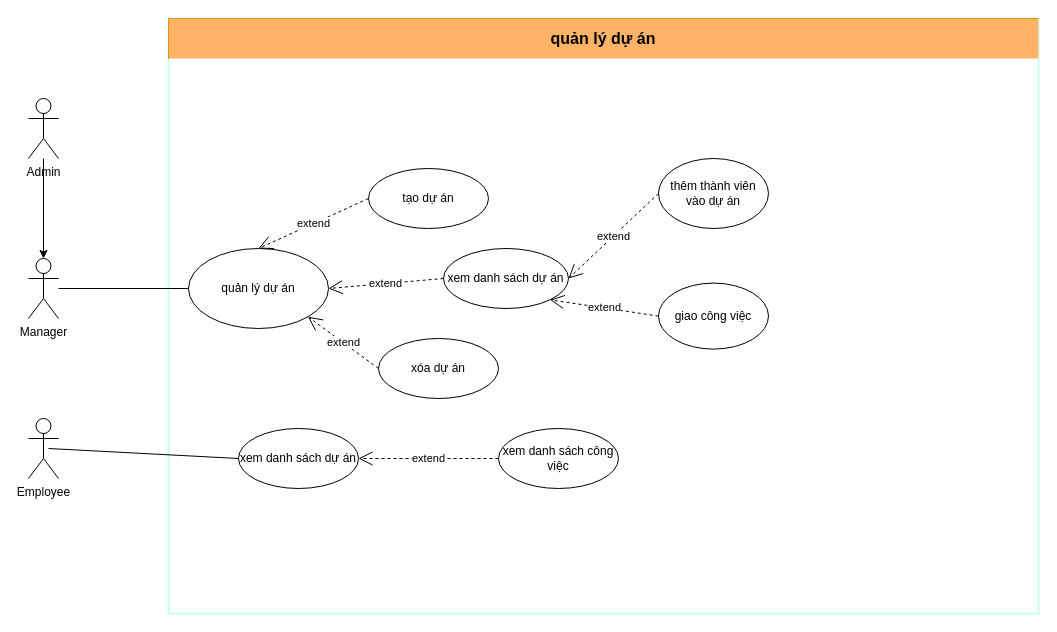
Above: QuanLyDuAn.drawio in hoangda24312/Group4-DesigningSystem (draw.io), before the change. Source tidied: cells renumbered, new cells numbered last; positions are measured from the earlier drawing's top-left corner, leaving out a move shared by most shapes. Both pictures are drawn from the tidied source at 100%, with x=0, y=0 at pixel (28, 18).
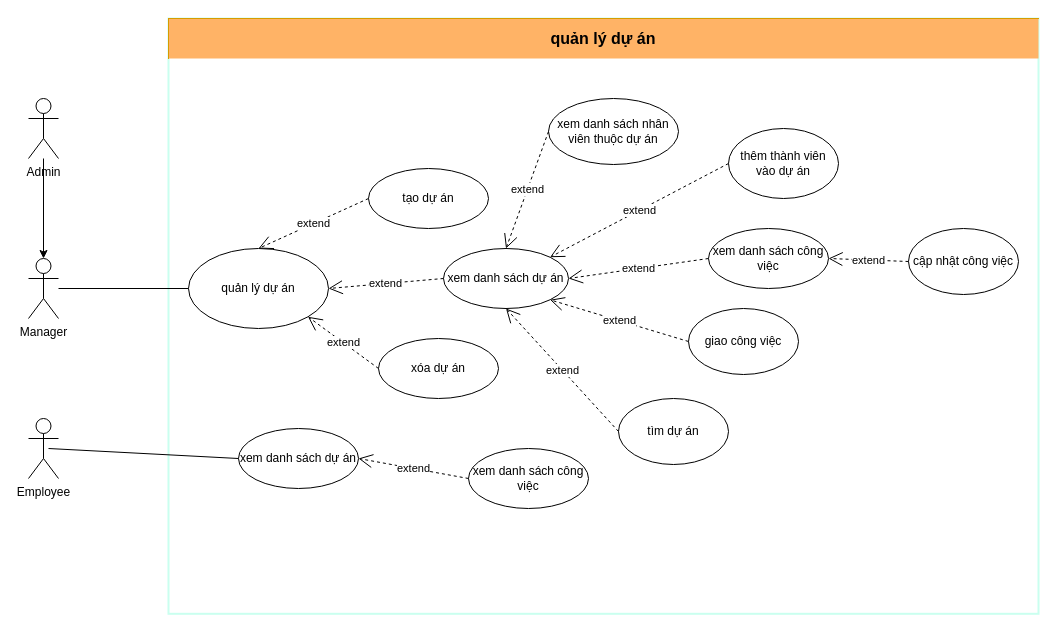
Above is the later version.

Unchanged cells that the change refers to:
```xml
<mxCell id="9" value="xem danh sách dự án" style="ellipse;whiteSpace=wrap;html=1;" parent="1" vertex="1">
  <mxGeometry x="415" y="230" width="125" height="60" as="geometry" />
</mxCell>
```

The edit, as a diff of the source:
```diff
@@
     <mxCell id="11" value="xem danh sách công việc" style="ellipse;whiteSpace=wrap;html=1;" parent="1" vertex="1">
-      <mxGeometry x="470" y="410" width="120" height="60" as="geometry" />
+      <mxGeometry x="440" y="430" width="120" height="60" as="geometry" />
     </mxCell>
@@
     <mxCell id="20" value="thêm thành viên vào dự án" style="ellipse;whiteSpace=wrap;html=1;" parent="1" vertex="1">
-      <mxGeometry x="630" y="140" width="110" height="70" as="geometry" />
+      <mxGeometry x="700" y="110" width="110" height="70" as="geometry" />
     </mxCell>
     <mxCell id="21" value="giao công việc" style="ellipse;whiteSpace=wrap;html=1;" parent="1" vertex="1">
-      <mxGeometry x="630" y="264.6" width="110" height="66" as="geometry" />
+      <mxGeometry x="660" y="290" width="110" height="66" as="geometry" />
     </mxCell>
-    <mxCell id="22" value="extend" style="endArrow=open;endSize=12;dashed=1;html=1;exitX=0;exitY=0.5;exitDx=0;exitDy=0;entryX=1;entryY=0.5;entryDx=0;entryDy=0;" parent="1" edge="1" source="20" target="9">
+    <mxCell id="22" value="extend" style="endArrow=open;endSize=12;dashed=1;html=1;exitX=0;exitY=0.5;exitDx=0;exitDy=0;entryX=1;entryY=0;entryDx=0;entryDy=0;" parent="1" edge="1" source="20" target="9">
       <mxGeometry relative="1" as="geometry" />
     </mxCell>
@@
+    <mxCell id="24" value="cập nhật công việc" style="ellipse;whiteSpace=wrap;html=1;" parent="1" vertex="1">
+      <mxGeometry x="880" y="210" width="110" height="66" as="geometry" />
+    </mxCell>
+    <mxCell id="25" value="tìm dự án" style="ellipse;whiteSpace=wrap;html=1;" parent="1" vertex="1">
+      <mxGeometry x="590" y="380" width="110" height="66" as="geometry" />
+    </mxCell>
+    <mxCell id="26" value="extend" style="endArrow=open;endSize=12;dashed=1;html=1;exitX=0;exitY=0.5;exitDx=0;exitDy=0;entryX=0.5;entryY=1;entryDx=0;entryDy=0;" parent="1" edge="1" source="25" target="9">
+      <mxGeometry relative="1" as="geometry" />
+    </mxCell>
+    <mxCell id="27" value="xem danh sách công việc" style="ellipse;whiteSpace=wrap;html=1;" parent="1" vertex="1">
+      <mxGeometry x="680" y="210" width="120" height="60" as="geometry" />
+    </mxCell>
+    <mxCell id="28" value="extend" style="endArrow=open;endSize=12;dashed=1;html=1;exitX=0;exitY=0.5;exitDx=0;exitDy=0;entryX=1;entryY=0.5;entryDx=0;entryDy=0;" parent="1" edge="1" source="24" target="27">
+      <mxGeometry relative="1" as="geometry" />
+    </mxCell>
+    <mxCell id="29" value="extend" style="endArrow=open;endSize=12;dashed=1;html=1;exitX=0;exitY=0.5;exitDx=0;exitDy=0;entryX=1;entryY=0.5;entryDx=0;entryDy=0;" parent="1" edge="1" source="27" target="9">
+      <mxGeometry relative="1" as="geometry" />
+    </mxCell>
+    <mxCell id="30" value="xem danh sách nhân viên thuộc dự án" style="ellipse;whiteSpace=wrap;html=1;" parent="1" vertex="1">
+      <mxGeometry x="520" y="80" width="130" height="66" as="geometry" />
+    </mxCell>
+    <mxCell id="31" value="extend" style="endArrow=open;endSize=12;dashed=1;html=1;exitX=0;exitY=0.5;exitDx=0;exitDy=0;entryX=0.5;entryY=0;entryDx=0;entryDy=0;" parent="1" edge="1" source="30" target="9">
+      <mxGeometry relative="1" as="geometry" />
+    </mxCell>
```
